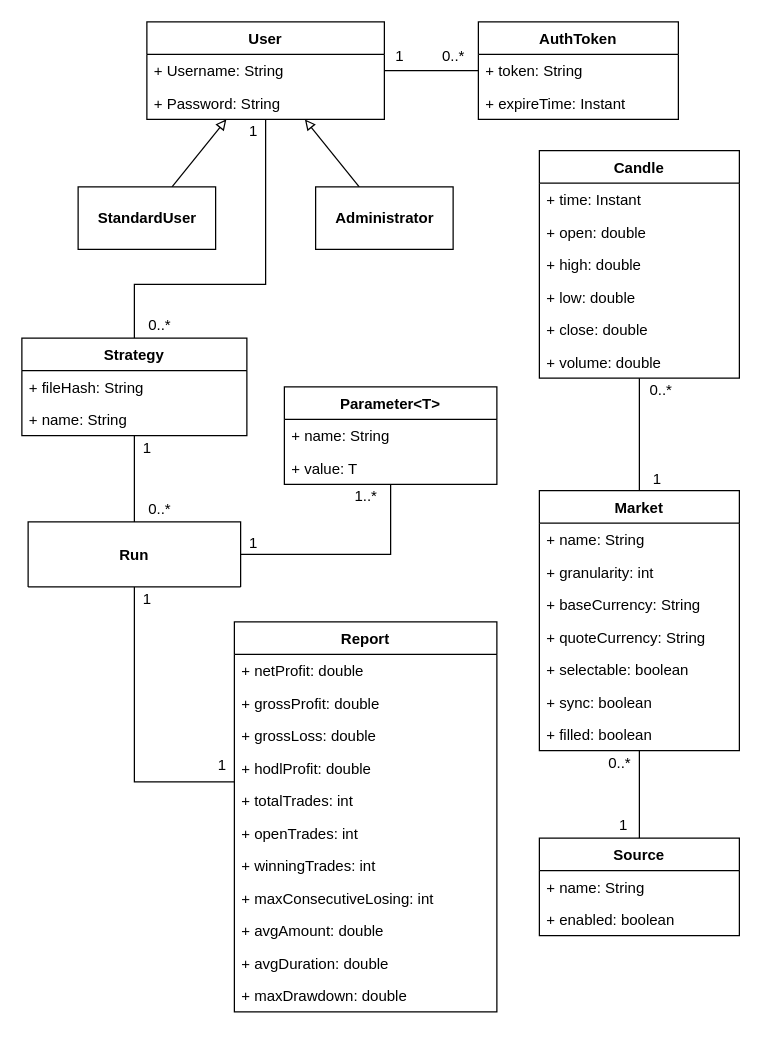
The draw.io diagram drawio/datamodel.drawio in nferrante1/lsmsd2, before the edit. Source tidied: cells renumbered, new cells numbered last; positions are measured from the earlier drawing's top-left corner, leaving out a move shared by most shapes. Both pictures are drawn from the tidied source at 125%, with x=0, y=0 at pixel (21, 21).
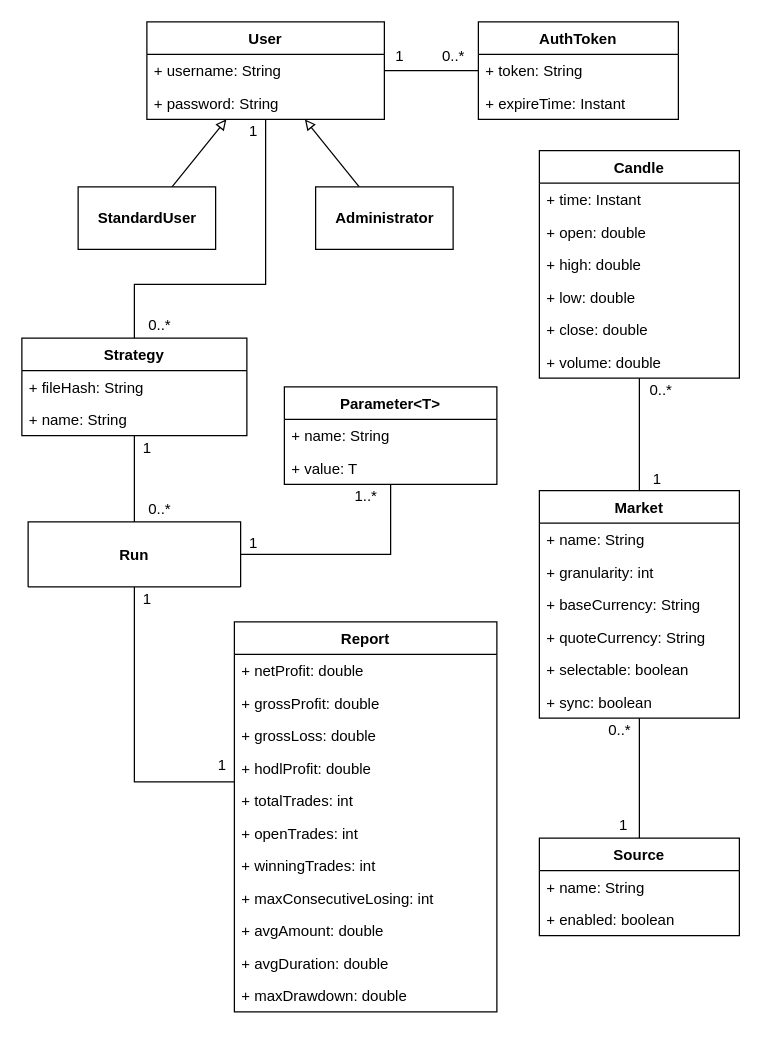
Above is the later version.

Commit message:
Remove filled field

Unchanged cells that the change refers to:
```xml
<mxCell id="28" value="User" style="swimlane;fontStyle=1;align=center;verticalAlign=top;horizontal=1;startSize=26;" parent="1" vertex="1">
  <mxGeometry x="100" width="190" height="78" as="geometry" />
</mxCell>
```

Change to the diagram source:
```diff
@@
     <mxCell id="25" value="0..*" style="text;html=1;align=center;verticalAlign=middle;" parent="1" vertex="1">
-      <mxGeometry x="458" y="583" width="40" height="20" as="geometry" />
+      <mxGeometry x="458" y="557" width="40" height="20" as="geometry" />
     </mxCell>
@@
-    <mxCell id="29" value="+ Username: String" style="text;strokeColor=none;fillColor=none;align=left;verticalAlign=top;spacingLeft=4;spacingRight=4;overflow=hidden;" parent="28" vertex="1">
+    <mxCell id="29" value="+ username: String" style="text;strokeColor=none;fillColor=none;align=left;verticalAlign=top;spacingLeft=4;spacingRight=4;overflow=hidden;" parent="28" vertex="1">
       <mxGeometry y="26" width="190" height="26" as="geometry" />
     </mxCell>
-    <mxCell id="30" value="+ Password: String" style="text;strokeColor=none;fillColor=none;align=left;verticalAlign=top;spacingLeft=4;spacingRight=4;overflow=hidden;" parent="28" vertex="1">
+    <mxCell id="30" value="+ password: String" style="text;strokeColor=none;fillColor=none;align=left;verticalAlign=top;spacingLeft=4;spacingRight=4;overflow=hidden;" parent="28" vertex="1">
       <mxGeometry y="52" width="190" height="26" as="geometry" />
     </mxCell>
@@
     <mxCell id="60" value="Market" style="swimlane;fontStyle=1;align=center;verticalAlign=top;horizontal=1;startSize=26;" parent="1" vertex="1">
-      <mxGeometry x="414" y="375" width="160" height="208" as="geometry" />
+      <mxGeometry x="414" y="375" width="160" height="182" as="geometry" />
     </mxCell>
@@
-    <mxCell id="67" value="+ filled: boolean" style="text;strokeColor=none;fillColor=none;align=left;verticalAlign=top;spacingLeft=4;spacingRight=4;overflow=hidden;" parent="60" vertex="1">
-      <mxGeometry y="182" width="160" height="26" as="geometry" />
-    </mxCell>
```
